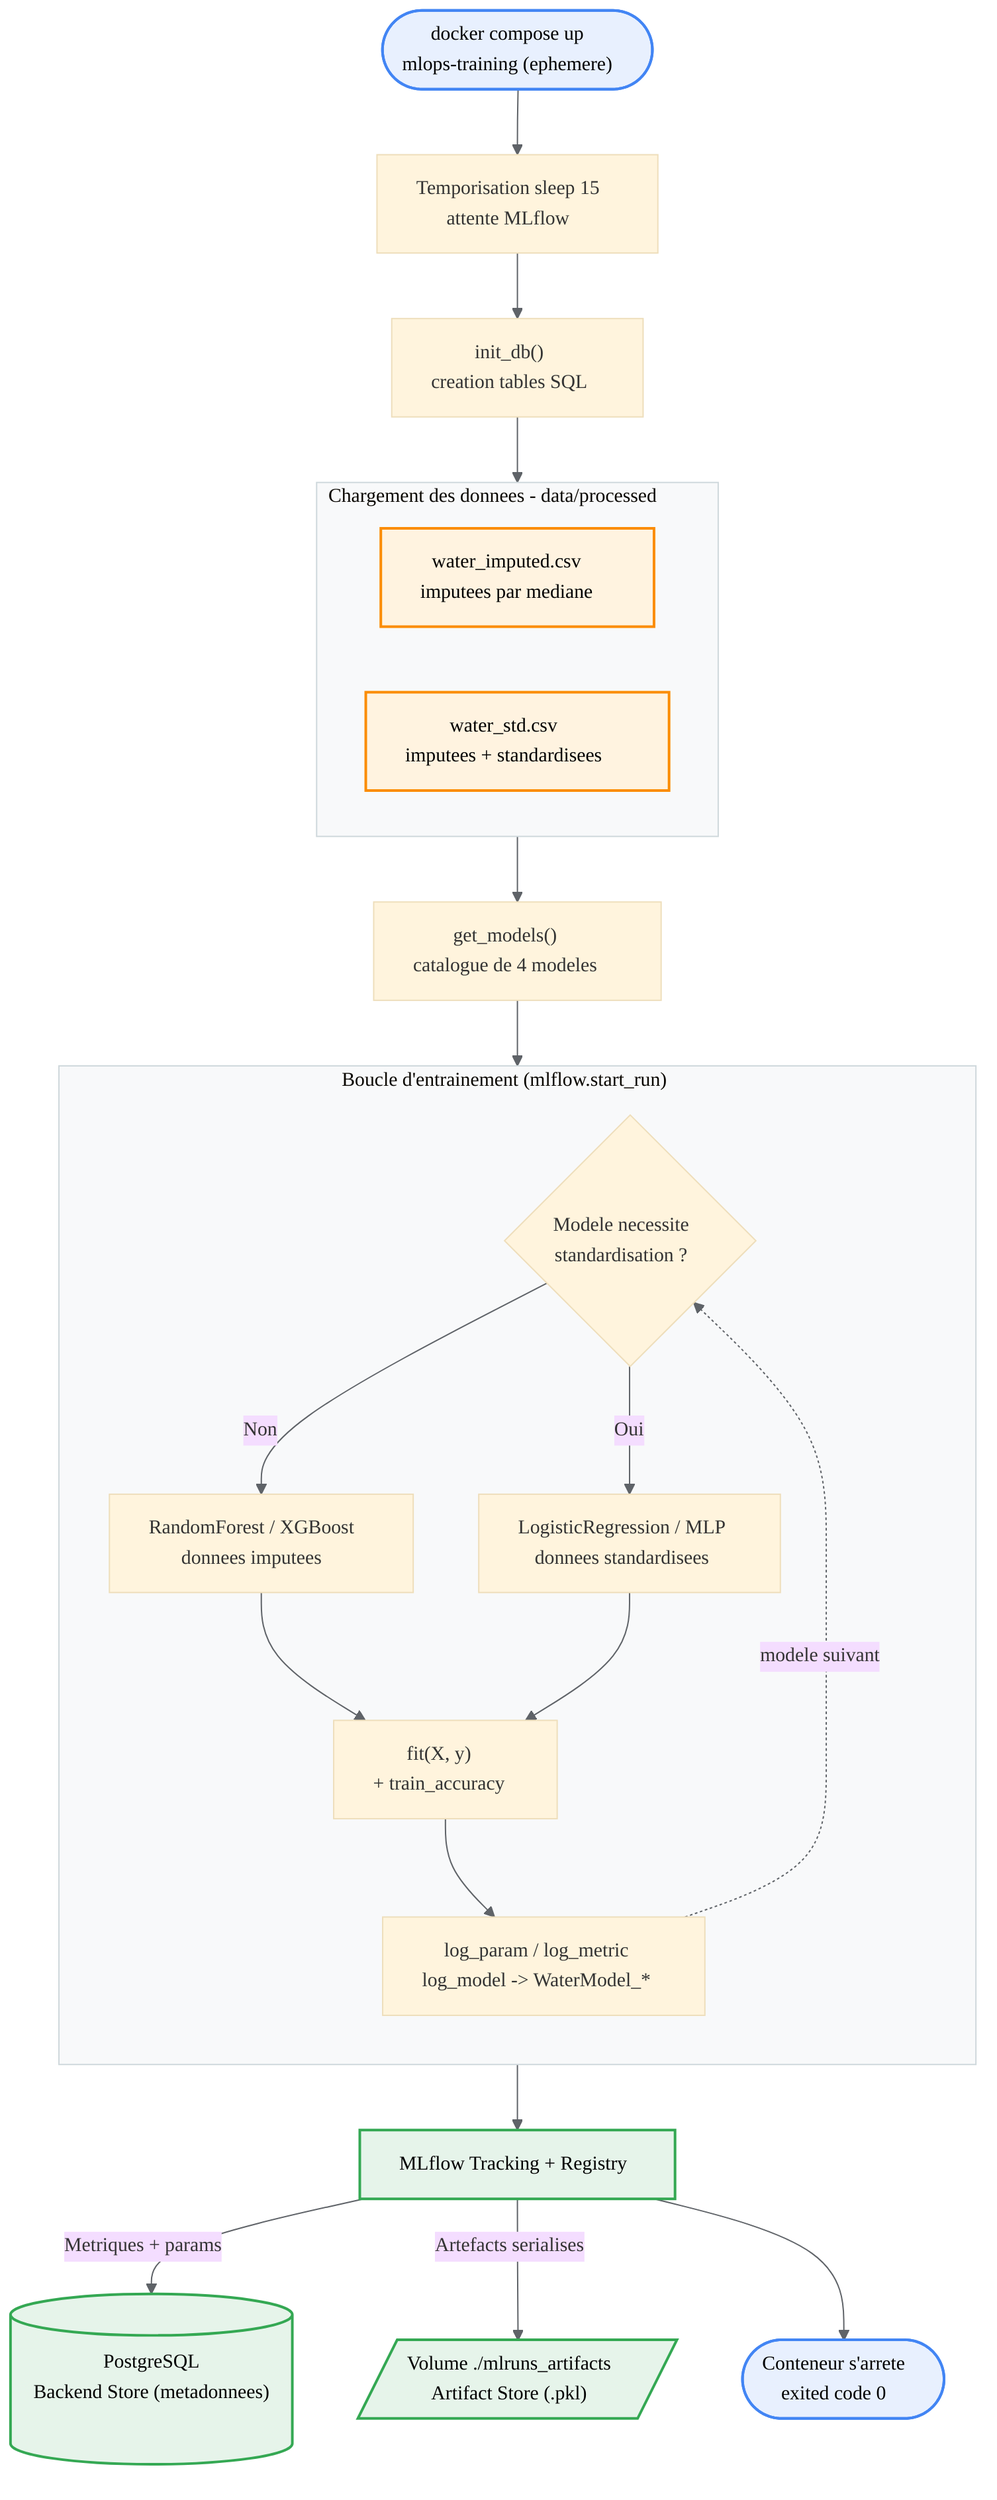
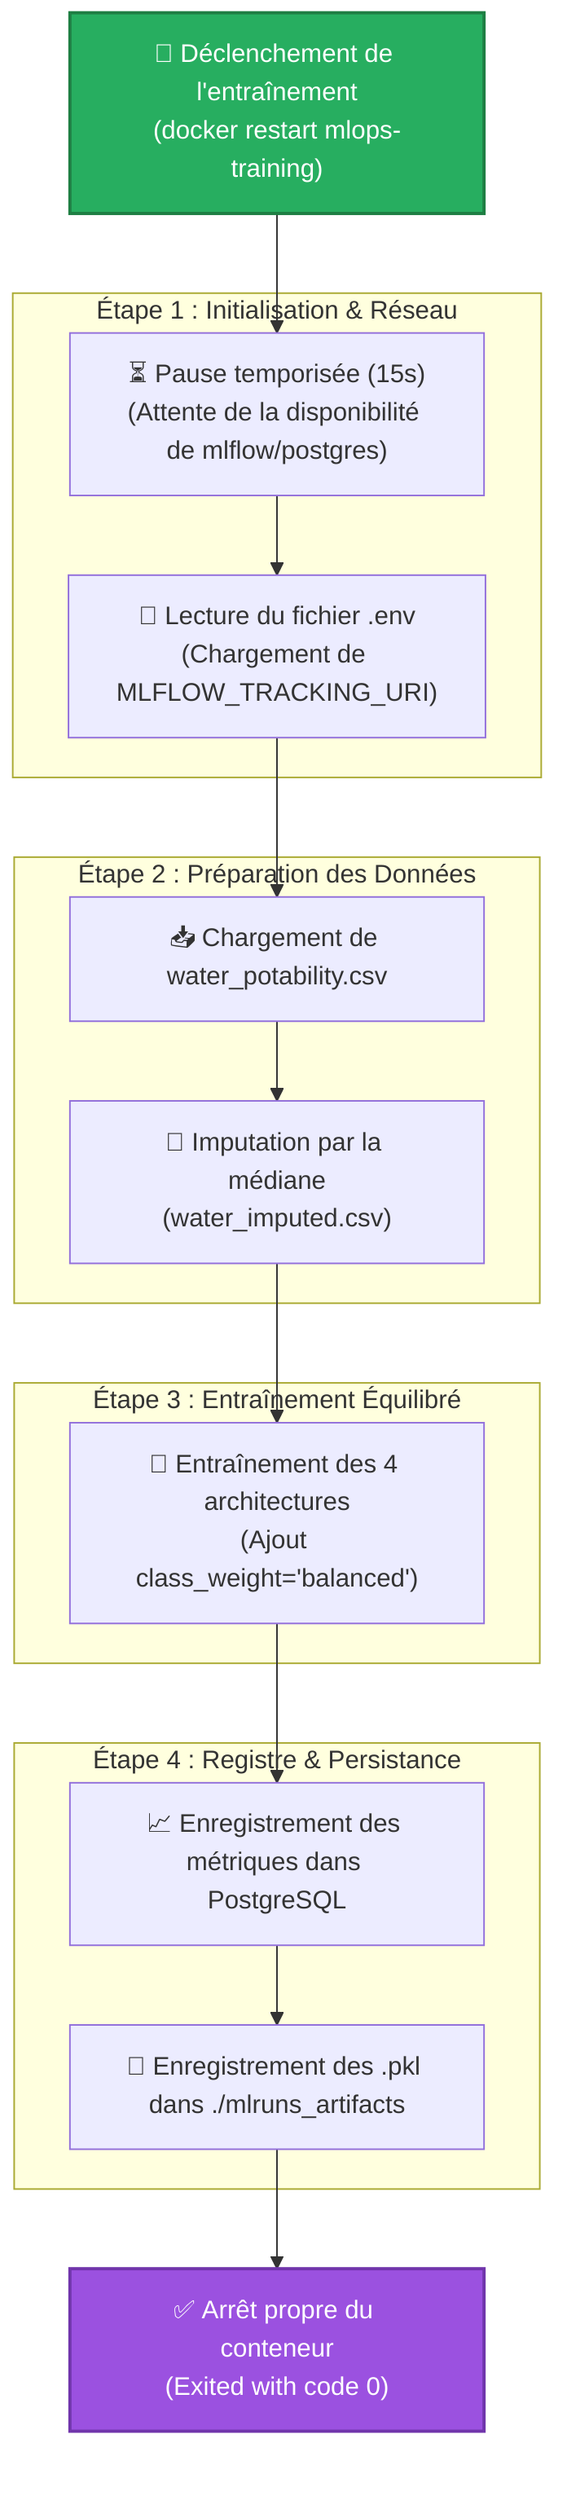
- %%{init: {'theme':'base', 'themeVariables': {'fontFamily':'Segoe UI, Helvetica, sans-serif','fontSize':'15px','lineColor':'#5f6368','clusterBkg':'#f8f9fa','clusterBorder':'#cfd8dc'}}}%%
- graph TD
-     START(["docker compose up<br/>mlops-training  (ephemere)"])
-     WAIT["Temporisation sleep 15<br/>attente MLflow"]
-     INIT["init_db()<br/>creation tables SQL"]
+ flowchart TD
+     classDef startStyle fill:#27ae60,stroke:#1e7e43,stroke-width:2px,color:#fff;
+     classDef processStyle fill:#2f80ed,stroke:#1d5ca8,stroke-width:2px,color:#fff;
+     classDef successStyle fill:#9b51e0,stroke:#7035ab,stroke-width:2px,color:#fff;

-     subgraph DATASETS["Chargement des donnees - data/processed"]
-         D1["water_imputed.csv<br/>imputees par mediane"]
-         D2["water_std.csv<br/>imputees + standardisees"]
+     Trigger["🚀 Déclenchement de l'entraînement<br/>(docker restart mlops-training)"]:::startStyle
+ 
+     subgraph Step1 ["Étape 1 : Initialisation & Réseau"]
+         Wait["⏳ Pause temporisée (15s)<br/>(Attente de la disponibilité de mlflow/postgres)"]
+         ReadEnv["🔑 Lecture du fichier .env<br/>(Chargement de MLFLOW_TRACKING_URI)"]
    end

-     CAT["get_models()<br/>catalogue de 4 modeles"]
- 
-     subgraph LOOP["Boucle d'entrainement (mlflow.start_run)"]
-         direction TB
-         SEL{"Modele necessite<br/>standardisation ?"}
-         RF["RandomForest / XGBoost<br/>donnees imputees"]
-         LR["LogisticRegression / MLP<br/>donnees standardisees"]
-         FIT["fit(X, y)<br/>+ train_accuracy"]
-         LOG["log_param / log_metric<br/>log_model -> WaterModel_*"]
+     subgraph Step2 ["Étape 2 : Préparation des Données"]
+         LoadCSV["📥 Chargement de water_potability.csv"]
+         Impute["🧹 Imputation par la médiane<br/>(water_imputed.csv)"]
    end

-     MLFLOW["MLflow Tracking + Registry"]
-     PG[("PostgreSQL<br/>Backend Store (metadonnees)")]
-     VOL[/"Volume ./mlruns_artifacts<br/>Artifact Store (.pkl)"/]
-     DONE(["Conteneur s'arrete<br/>exited code 0"])
+     subgraph Step3 ["Étape 3 : Entraînement Équilibré"]
+         Train["🧠 Entraînement des 4 architectures<br/>(Ajout class_weight='balanced')"]
+     end

-     START --> WAIT --> INIT --> DATASETS
-     DATASETS --> CAT --> SEL
-     SEL -->|Non| RF --> FIT
-     SEL -->|Oui| LR --> FIT
-     FIT --> LOG --> MLFLOW
-     MLFLOW -->|Metriques + params| PG
-     MLFLOW -->|Artefacts serialises| VOL
-     LOG -.->|modele suivant| SEL
-     MLFLOW --> DONE
+     subgraph Step4 ["Étape 4 : Registre & Persistance"]
+         LogMetrics["📈 Enregistrement des métriques dans PostgreSQL"]
+         SavePKL["💾 Enregistrement des .pkl dans ./mlruns_artifacts"]
+     end

-     classDef ev fill:#e8f0fe,stroke:#4285f4,stroke-width:2px,color:#000;
-     classDef store fill:#e6f4ea,stroke:#34a853,stroke-width:2px,color:#000;
-     classDef data fill:#fff3e0,stroke:#fb8c00,stroke-width:2px,color:#000;
-     class MLFLOW,PG,VOL store;
-     class D1,D2 data;
-     class START,DONE ev;
+     Exit["✅ Arrêt propre du conteneur<br/>(Exited with code 0)"]:::successStyle
+ 
+     %% Flux vertical
+     Trigger --> Wait
+     Wait --> ReadEnv
+     ReadEnv --> LoadCSV
+     LoadCSV --> Impute
+     Impute --> Train
+     Train --> LogMetrics
+     LogMetrics --> SavePKL
+     SavePKL --> Exit
